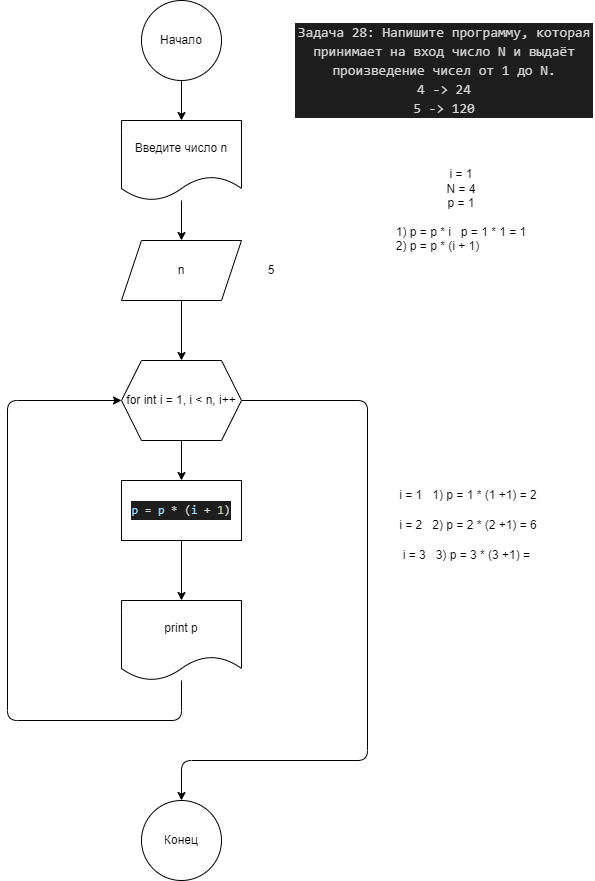
Earlier version of the draw.io export diagramma.drawio.png (dvmax1984/Rep060323). Source tidied: cells renumbered, new cells last; positions are measured from the earlier drawing's top-left corner, leaving out a move shared by most shapes.
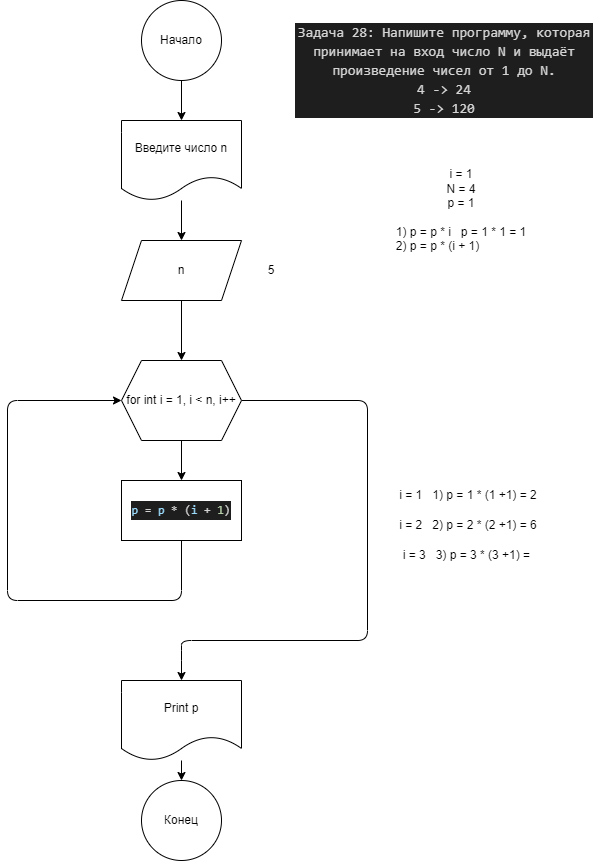
Later version of the same file.

Commit message:
Дополнил файл README.md контактами и задачей

Diff of the diagram source:
```diff
@@ -26,41 +26,36 @@
     <mxCell id="9" style="edgeStyle=none;html=1;" parent="1" edge="1" source="11" target="13">
       <mxGeometry relative="1" as="geometry" />
     </mxCell>
-    <mxCell id="10" style="edgeStyle=orthogonalEdgeStyle;html=1;" parent="1" edge="1" source="11" target="17">
+    <mxCell id="10" style="edgeStyle=orthogonalEdgeStyle;html=1;entryX=0.5;entryY=0;entryDx=0;entryDy=0;" parent="1" edge="1" source="11" target="23">
       <mxGeometry relative="1" as="geometry">
         <Array as="points">
           <mxPoint x="360" y="400" />
-          <mxPoint x="360" y="760" />
-          <mxPoint x="174" y="760" />
+          <mxPoint x="360" y="640" />
+          <mxPoint x="174" y="640" />
+          <mxPoint x="174" y="650" />
         </Array>
       </mxGeometry>
     </mxCell>
     <mxCell id="11" value="for int i = 1, i &amp;lt; n, i++" style="shape=hexagon;perimeter=hexagonPerimeter2;whiteSpace=wrap;html=1;fixedSize=1;" parent="1" vertex="1">
       <mxGeometry x="114" y="360" width="120" height="80" as="geometry" />
     </mxCell>
-    <mxCell id="12" style="edgeStyle=orthogonalEdgeStyle;html=1;" parent="1" edge="1" source="13" target="16">
-      <mxGeometry relative="1" as="geometry" />
-    </mxCell>
     <mxCell id="13" value="&lt;div style=&quot;color: rgb(212, 212, 212); background-color: rgb(30, 30, 30); font-family: Consolas, &amp;quot;Courier New&amp;quot;, monospace; line-height: 19px;&quot;&gt;&lt;span style=&quot;color: #9cdcfe;&quot;&gt;p&lt;/span&gt; = &lt;span style=&quot;color: #9cdcfe;&quot;&gt;p&lt;/span&gt; * (&lt;span style=&quot;color: #9cdcfe;&quot;&gt;i&lt;/span&gt; + &lt;span style=&quot;color: #b5cea8;&quot;&gt;1&lt;/span&gt;)&lt;/div&gt;" style="rounded=0;whiteSpace=wrap;html=1;" parent="1" vertex="1">
       <mxGeometry x="114" y="480" width="120" height="60" as="geometry" />
     </mxCell>
     <mxCell id="14" value="5" style="text;strokeColor=none;align=center;fillColor=none;html=1;verticalAlign=middle;whiteSpace=wrap;rounded=0;" parent="1" vertex="1">
       <mxGeometry x="234" y="255" width="60" height="30" as="geometry" />
     </mxCell>
-    <mxCell id="15" style="edgeStyle=orthogonalEdgeStyle;html=1;entryX=0;entryY=0.5;entryDx=0;entryDy=0;" parent="1" edge="1" source="16" target="11">
+    <mxCell id="15" style="edgeStyle=orthogonalEdgeStyle;html=1;entryX=0;entryY=0.5;entryDx=0;entryDy=0;exitX=0.5;exitY=1;exitDx=0;exitDy=0;" parent="1" edge="1" source="13" target="11">
       <mxGeometry relative="1" as="geometry">
         <Array as="points">
-          <mxPoint x="174" y="720" />
-          <mxPoint y="720" />
+          <mxPoint x="174" y="600" />
+          <mxPoint y="600" />
           <mxPoint y="400" />
         </Array>
       </mxGeometry>
     </mxCell>
-    <mxCell id="16" value="print p" style="shape=document;whiteSpace=wrap;html=1;boundedLbl=1;" parent="1" vertex="1">
-      <mxGeometry x="114" y="600" width="120" height="80" as="geometry" />
-    </mxCell>
     <mxCell id="17" value="Конец" style="ellipse;whiteSpace=wrap;html=1;" parent="1" vertex="1">
-      <mxGeometry x="134" y="800" width="80" height="80" as="geometry" />
+      <mxGeometry x="134" y="780" width="80" height="80" as="geometry" />
     </mxCell>
     <mxCell id="18" value="i = 1&amp;nbsp; &amp;nbsp;1) p = 1 * (1 +1) = 2" style="text;strokeColor=none;align=center;fillColor=none;html=1;verticalAlign=middle;whiteSpace=wrap;rounded=0;" parent="1" vertex="1">
       <mxGeometry x="372" y="480" width="178" height="30" as="geometry" />
@@ -74,5 +69,11 @@
     <mxCell id="21" value="i = 1&lt;br&gt;N = 4&lt;br&gt;p = 1&lt;br&gt;&lt;br&gt;1) p = p * i&amp;nbsp; &amp;nbsp;p = 1 * 1 = 1&lt;br&gt;&lt;div style=&quot;text-align: left;&quot;&gt;&lt;span style=&quot;background-color: initial;&quot;&gt;2) p = p * (i + 1)&amp;nbsp;&lt;/span&gt;&lt;/div&gt;" style="text;strokeColor=none;align=center;fillColor=none;html=1;verticalAlign=middle;whiteSpace=wrap;rounded=0;" parent="1" vertex="1">
       <mxGeometry x="348" y="160" width="212" height="100" as="geometry" />
     </mxCell>
+    <mxCell id="22" style="edgeStyle=none;html=1;" parent="1" edge="1" source="23" target="17">
+      <mxGeometry relative="1" as="geometry" />
+    </mxCell>
+    <mxCell id="23" value="Print p" style="shape=document;whiteSpace=wrap;html=1;boundedLbl=1;" parent="1" vertex="1">
+      <mxGeometry x="114" y="680" width="120" height="80" as="geometry" />
+    </mxCell>
   </root>
 </mxGraphModel>
```
